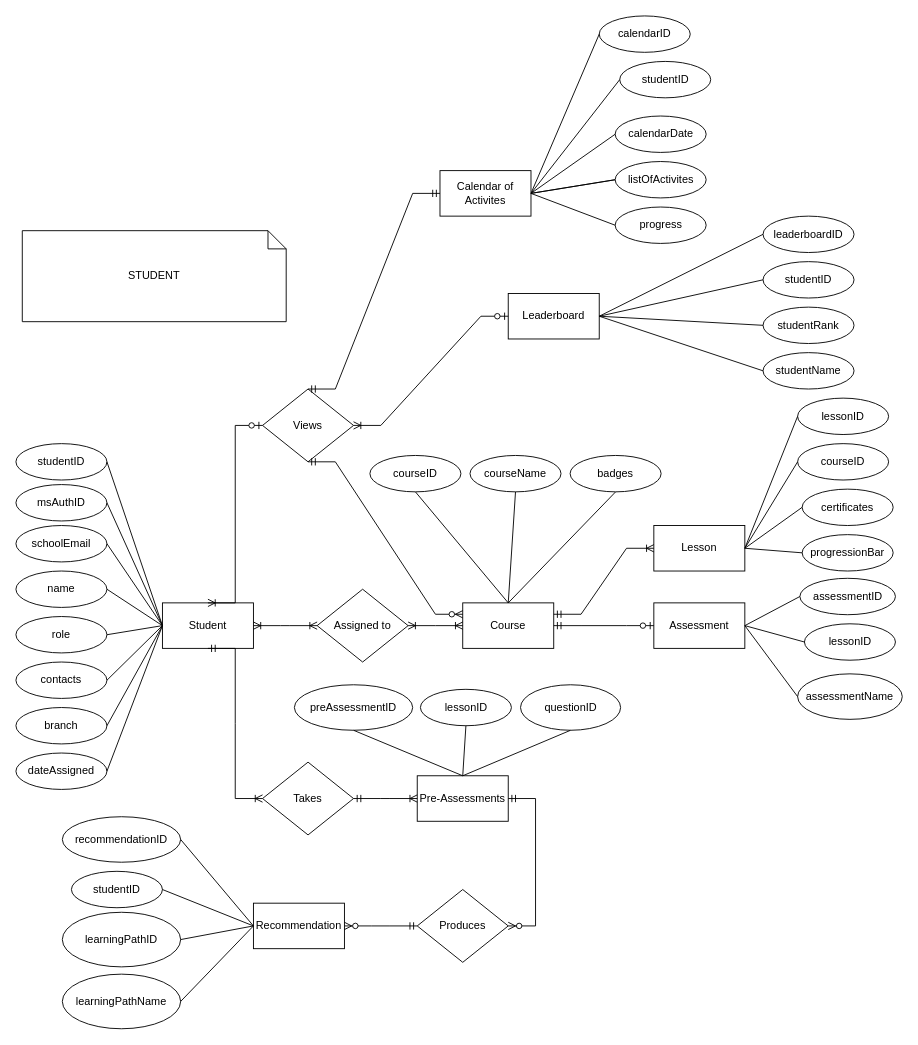
Before: page "Page-3" (1 of 3) of SL-Activities/Task121/.drawio in rnrhltn/javanc3uc1, a draw.io diagram. Source tidied: cells renumbered, new cells numbered last; positions are measured from the earlier drawing's top-left corner, leaving out a move shared by most shapes. Both pictures are drawn from the tidied source at 91%, with x=0, y=0 at pixel (15, 15).
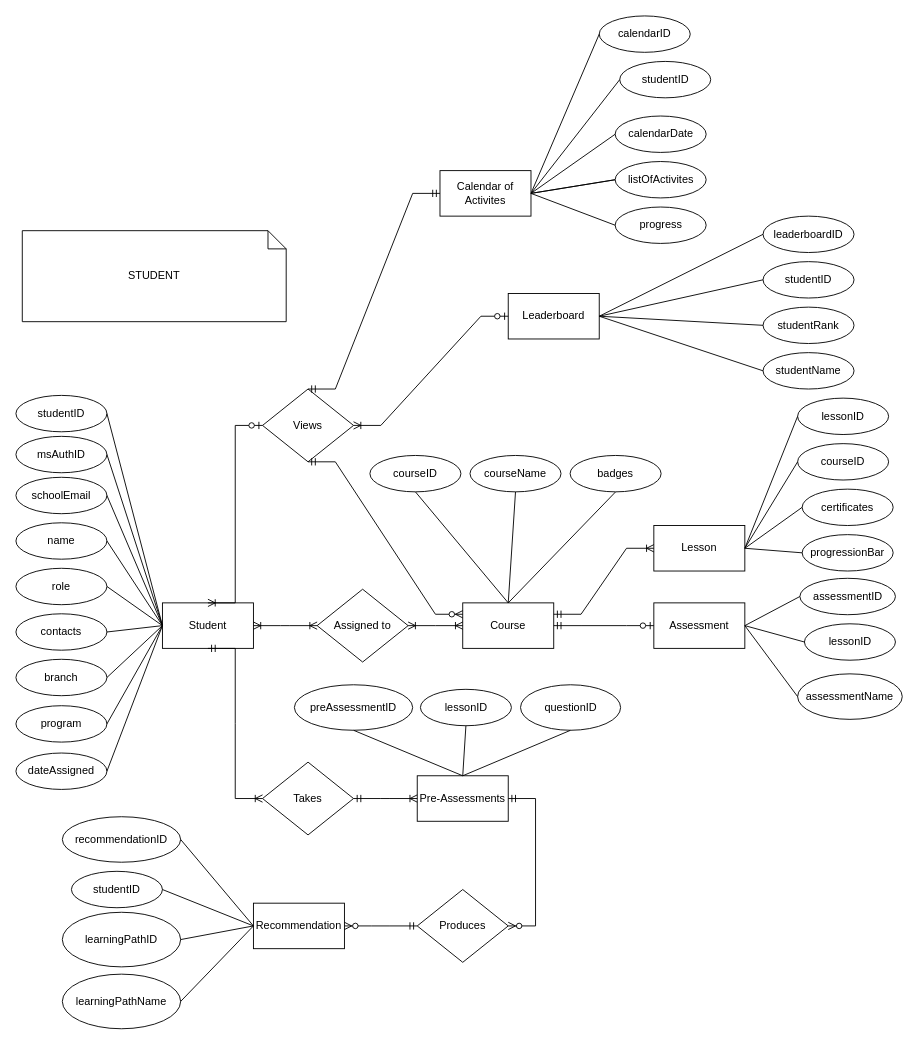
After the change.

Unchanged cells that the change refers to:
```xml
<mxCell id="2" value="Student" style="html=1;dashed=0;whiteSpace=wrap;" parent="1" vertex="1">
  <mxGeometry x="161" y="645" width="100" height="50" as="geometry" />
</mxCell>
```

Diff of the diagram source:
```diff
@@
     <mxCell id="3" value="name" style="ellipse;whiteSpace=wrap;html=1;align=center;" parent="1" vertex="1">
-      <mxGeometry y="610" width="100" height="40" as="geometry" />
+      <mxGeometry y="557" width="100" height="40" as="geometry" />
     </mxCell>
     <mxCell id="4" value="msAuthID" style="ellipse;whiteSpace=wrap;html=1;align=center;" parent="1" vertex="1">
-      <mxGeometry y="515" width="100" height="40" as="geometry" />
+      <mxGeometry y="462" width="100" height="40" as="geometry" />
     </mxCell>
     <mxCell id="5" value="schoolEmail" style="ellipse;whiteSpace=wrap;html=1;align=center;" parent="1" vertex="1">
-      <mxGeometry y="560" width="100" height="40" as="geometry" />
+      <mxGeometry y="507" width="100" height="40" as="geometry" />
     </mxCell>
     <mxCell id="6" value="role" style="ellipse;whiteSpace=wrap;html=1;align=center;" parent="1" vertex="1">
-      <mxGeometry y="660" width="100" height="40" as="geometry" />
+      <mxGeometry y="607" width="100" height="40" as="geometry" />
     </mxCell>
     <mxCell id="7" value="branch" style="ellipse;whiteSpace=wrap;html=1;align=center;" parent="1" vertex="1">
-      <mxGeometry y="760" width="100" height="40" as="geometry" />
+      <mxGeometry y="707" width="100" height="40" as="geometry" />
     </mxCell>
     <mxCell id="8" value="contacts" style="ellipse;whiteSpace=wrap;html=1;align=center;" parent="1" vertex="1">
-      <mxGeometry y="710" width="100" height="40" as="geometry" />
+      <mxGeometry y="657" width="100" height="40" as="geometry" />
     </mxCell>
     <mxCell id="9" value="studentID" style="ellipse;whiteSpace=wrap;html=1;align=center;" parent="1" vertex="1">
-      <mxGeometry y="470" width="100" height="40" as="geometry" />
+      <mxGeometry y="417" width="100" height="40" as="geometry" />
     </mxCell>
@@
+    <mxCell id="97" value="program" style="ellipse;whiteSpace=wrap;html=1;align=center;" parent="1" vertex="1">
+      <mxGeometry y="758" width="100" height="40" as="geometry" />
+    </mxCell>
+    <mxCell id="98" style="endArrow=none;html=1;rounded=0;entryX=1;entryY=0.5;entryDx=0;entryDy=0;exitX=0;exitY=0.5;exitDx=0;exitDy=0;" parent="1" edge="1" source="2" target="97">
+      <mxGeometry relative="1" as="geometry" />
+    </mxCell>
```
